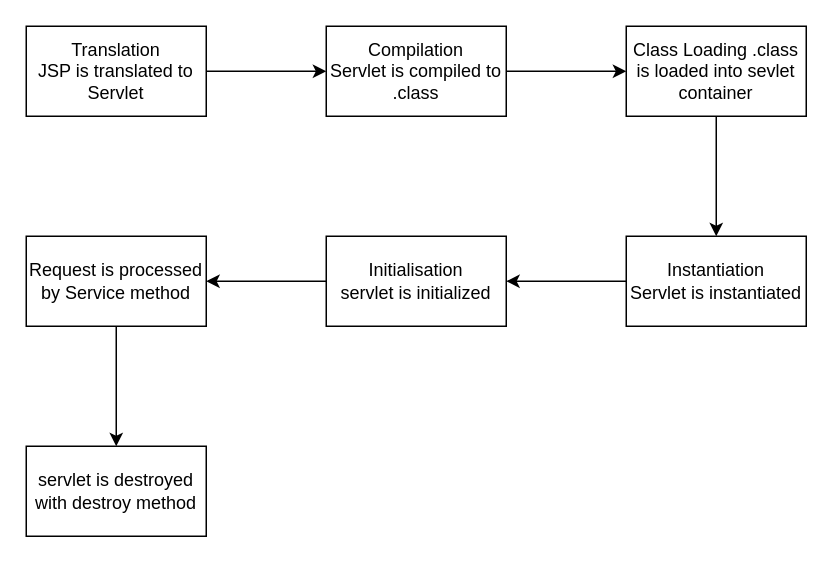
Before: jsp.drawio in mzndnes/tic, a draw.io diagram. Source tidied: cells renumbered, new cells numbered last; positions are measured from the earlier drawing's top-left corner, leaving out a move shared by most shapes. Both pictures are drawn from the tidied source at 150%, with x=0, y=0 at pixel (26, 26).
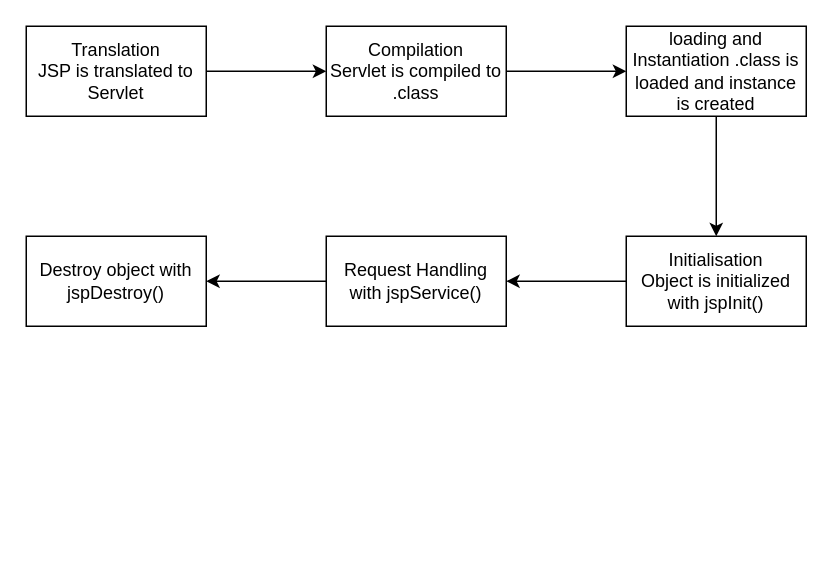
Above is the later version.

The edit, as a diff of the source:
```diff
@@
 <mxGraphModel>
   <root>
     <mxCell id="0" />
     <mxCell id="1" parent="0" />
     <mxCell id="2" style="edgeStyle=orthogonalEdgeStyle;rounded=0;jettySize=auto;html=1;" parent="1" edge="1" source="3" target="5">
       <mxGeometry relative="1" as="geometry" />
     </mxCell>
     <mxCell id="3" value="Translation&lt;div&gt;JSP is translated to Servlet&lt;/div&gt;" style="rounded=0;whiteSpace=wrap;html=1;" parent="1" vertex="1">
       <mxGeometry width="120" height="60" as="geometry" />
     </mxCell>
     <mxCell id="4" style="edgeStyle=orthogonalEdgeStyle;rounded=0;jettySize=auto;html=1;" parent="1" edge="1" source="5" target="7">
       <mxGeometry relative="1" as="geometry" />
     </mxCell>
     <mxCell id="5" value="Compilation&lt;div&gt;Servlet is compiled to .class&lt;/div&gt;" style="rounded=0;whiteSpace=wrap;html=1;" parent="1" vertex="1">
       <mxGeometry x="200" width="120" height="60" as="geometry" />
     </mxCell>
     <mxCell id="6" style="edgeStyle=orthogonalEdgeStyle;rounded=0;jettySize=auto;html=1;" parent="1" edge="1" source="7" target="9">
       <mxGeometry relative="1" as="geometry" />
     </mxCell>
-    <mxCell id="7" value="Class Loading .class is loaded into sevlet container" style="rounded=0;whiteSpace=wrap;html=1;" parent="1" vertex="1">
+    <mxCell id="7" value="loading and Instantiation .class is loaded and instance is created" style="rounded=0;whiteSpace=wrap;html=1;" parent="1" vertex="1">
       <mxGeometry x="400" width="120" height="60" as="geometry" />
     </mxCell>
     <mxCell id="8" style="edgeStyle=orthogonalEdgeStyle;rounded=0;jettySize=auto;html=1;" parent="1" edge="1" source="9" target="11">
       <mxGeometry relative="1" as="geometry" />
     </mxCell>
-    <mxCell id="9" value="Instantiation&lt;div&gt;Servlet is instantiated&lt;/div&gt;" style="rounded=0;whiteSpace=wrap;html=1;" parent="1" vertex="1">
+    <mxCell id="9" value="Initialisation&lt;div&gt;Object is initialized with jspInit()&lt;/div&gt;" style="rounded=0;whiteSpace=wrap;html=1;" parent="1" vertex="1">
       <mxGeometry x="400" y="140" width="120" height="60" as="geometry" />
     </mxCell>
     <mxCell id="10" style="edgeStyle=orthogonalEdgeStyle;rounded=0;jettySize=auto;html=1;" parent="1" edge="1" source="11" target="13">
       <mxGeometry relative="1" as="geometry" />
     </mxCell>
-    <mxCell id="11" value="Initialisation&lt;div&gt;servlet is initialized&lt;/div&gt;" style="rounded=0;whiteSpace=wrap;html=1;" parent="1" vertex="1">
+    <mxCell id="11" value="Request Handling with jspService()" style="rounded=0;whiteSpace=wrap;html=1;" parent="1" vertex="1">
       <mxGeometry x="200" y="140" width="120" height="60" as="geometry" />
     </mxCell>
-    <mxCell id="12" style="edgeStyle=orthogonalEdgeStyle;rounded=0;jettySize=auto;html=1;" parent="1" edge="1" source="13" target="14">
-      <mxGeometry relative="1" as="geometry" />
-    </mxCell>
-    <mxCell id="13" value="Request is processed by Service method" style="rounded=0;whiteSpace=wrap;html=1;" parent="1" vertex="1">
+    <mxCell id="13" value="Destroy object with jspDestroy()" style="rounded=0;whiteSpace=wrap;html=1;" parent="1" vertex="1">
       <mxGeometry y="140" width="120" height="60" as="geometry" />
     </mxCell>
-    <mxCell id="14" value="servlet is destroyed with destroy method" style="rounded=0;whiteSpace=wrap;html=1;" parent="1" vertex="1">
-      <mxGeometry y="280" width="120" height="60" as="geometry" />
-    </mxCell>
   </root>
 </mxGraphModel>
```
